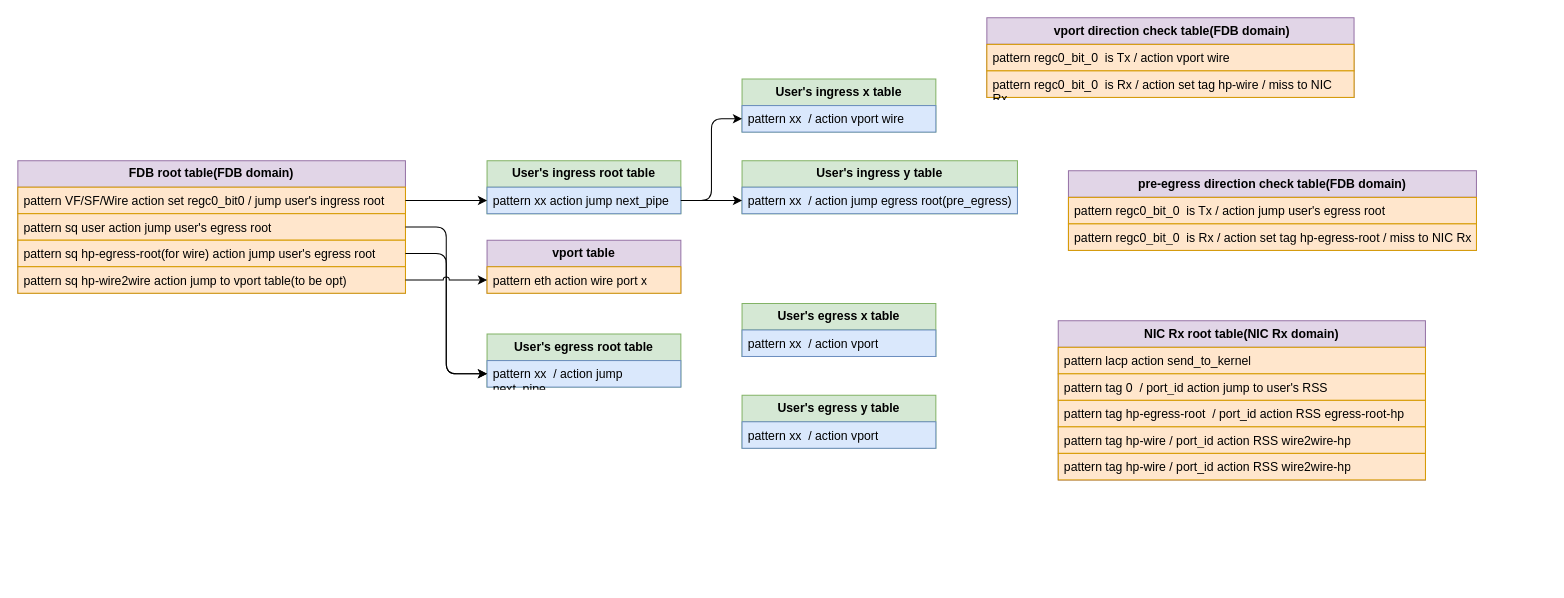
Before: Untitled Diagram.drawio in smou-mlnx/draw, a draw.io diagram. Source tidied: cells renumbered, new cells numbered last; positions are measured from the earlier drawing's top-left corner, leaving out a move shared by most shapes. Both pictures are drawn from the tidied source at 102%, with x=0, y=0 at pixel (17, 17).
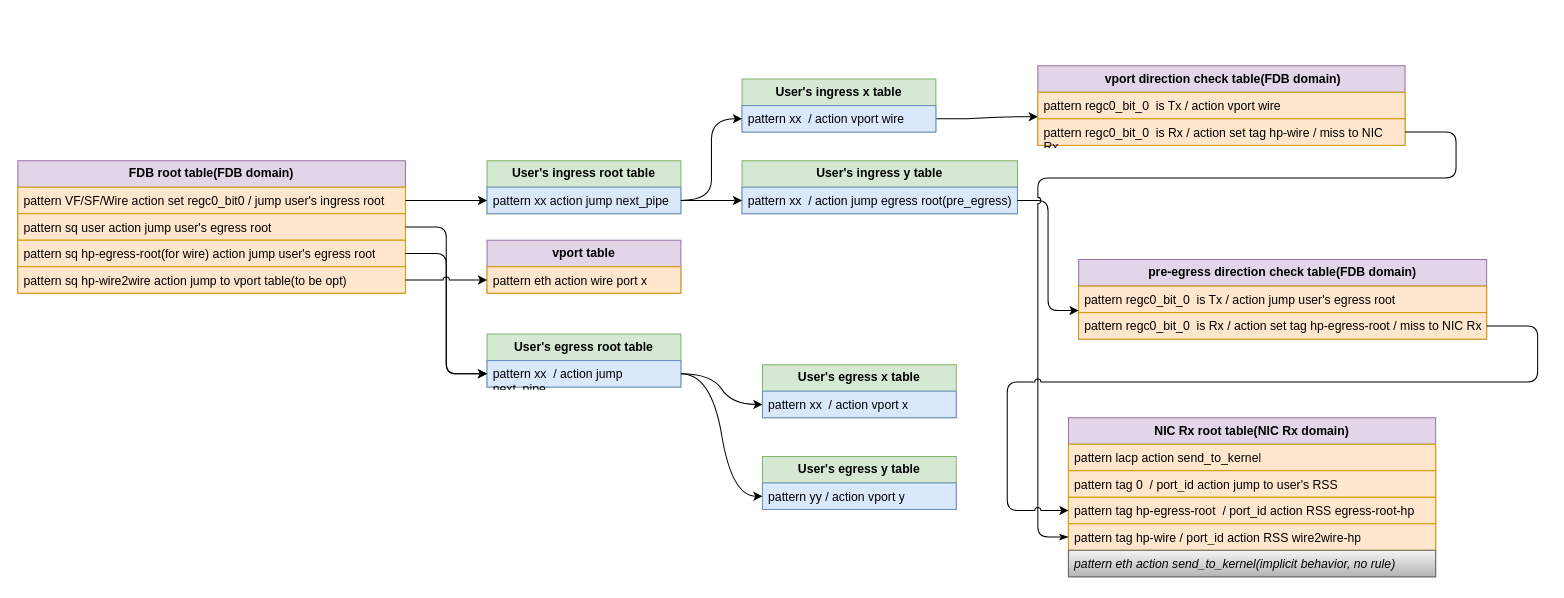
After the change.

Commit message:
switch mode

The change refers to these unchanged cells:
```xml
<mxCell id="8" value="pattern xx action jump next_pipe" style="text;strokeColor=#6c8ebf;fillColor=#dae8fc;align=left;verticalAlign=top;spacingLeft=4;spacingRight=4;overflow=hidden;points=[[0,0.5],[1,0.5]];portConstraint=eastwest;whiteSpace=wrap;html=1;" parent="7" vertex="1">
  <mxGeometry y="26" width="190" height="26" as="geometry" />
</mxCell>
<mxCell id="9" value="&lt;b&gt;User's egress root table&lt;br&gt;&lt;/b&gt;" style="swimlane;fontStyle=0;horizontal=1;startSize=26;whiteSpace=wrap;html=1;fillColor=#d5e8d4;strokeColor=#82b366;" parent="1" vertex="1">
  <mxGeometry x="460" y="310" width="190" height="52" as="geometry" />
</mxCell>
<mxCell id="10" value="pattern xx&amp;nbsp; / action jump next_pipe" style="text;strokeColor=#6c8ebf;fillColor=#dae8fc;align=left;verticalAlign=top;spacingLeft=4;spacingRight=4;overflow=hidden;points=[[0,0.5],[1,0.5]];portConstraint=eastwest;whiteSpace=wrap;html=1;" parent="9" vertex="1">
  <mxGeometry y="26" width="190" height="26" as="geometry" />
</mxCell>
<mxCell id="19" value="&lt;b&gt;User's ingress x table&lt;br&gt;&lt;/b&gt;" style="swimlane;fontStyle=0;horizontal=1;startSize=26;whiteSpace=wrap;html=1;fillColor=#d5e8d4;strokeColor=#82b366;" parent="1" vertex="1">
  <mxGeometry x="710" y="60" width="190" height="52" as="geometry" />
</mxCell>
<mxCell id="22" value="pattern xx&amp;nbsp; / action jump egress root(pre_egress)" style="text;strokeColor=#6c8ebf;fillColor=#dae8fc;align=left;verticalAlign=top;spacingLeft=4;spacingRight=4;overflow=hidden;points=[[0,0.5],[1,0.5]];portConstraint=eastwest;whiteSpace=wrap;html=1;" parent="21" vertex="1">
  <mxGeometry y="26" width="270" height="26" as="geometry" />
</mxCell>
<mxCell id="26" value="pattern regc0_bit_0&amp;nbsp; is Tx / action vport wire" style="text;strokeColor=#d79b00;fillColor=#ffe6cc;align=left;verticalAlign=top;spacingLeft=4;spacingRight=4;overflow=hidden;points=[[0,0.5],[1,0.5]];portConstraint=eastwest;whiteSpace=wrap;html=1;" parent="25" vertex="1">
  <mxGeometry y="26" width="360" height="26" as="geometry" />
</mxCell>
<mxCell id="27" value="pattern regc0_bit_0&amp;nbsp; is Rx / action set tag hp-wire / miss to NIC Rx" style="text;strokeColor=#d79b00;fillColor=#ffe6cc;align=left;verticalAlign=top;spacingLeft=4;spacingRight=4;overflow=hidden;points=[[0,0.5],[1,0.5]];portConstraint=eastwest;whiteSpace=wrap;html=1;" parent="25" vertex="1">
  <mxGeometry y="52" width="360" height="26" as="geometry" />
</mxCell>
<mxCell id="32" value="pattern regc0_bit_0&amp;nbsp; is Rx / action set tag hp-egress-root / miss to NIC Rx" style="text;strokeColor=#d79b00;fillColor=#ffe6cc;align=left;verticalAlign=top;spacingLeft=4;spacingRight=4;overflow=hidden;points=[[0,0.5],[1,0.5]];portConstraint=eastwest;whiteSpace=wrap;html=1;" parent="30" vertex="1">
  <mxGeometry y="52" width="400" height="26" as="geometry" />
</mxCell>
<mxCell id="36" value="pattern tag hp-egress-root&amp;nbsp; / port_id action RSS egress-root-hp" style="text;strokeColor=#d79b00;fillColor=#ffe6cc;align=left;verticalAlign=top;spacingLeft=4;spacingRight=4;overflow=hidden;points=[[0,0.5],[1,0.5]];portConstraint=eastwest;whiteSpace=wrap;html=1;" parent="33" vertex="1">
  <mxGeometry y="78" width="360" height="26" as="geometry" />
</mxCell>
```

The edit, as a diff of the source:
```diff
@@
+    <mxCell id="39" style="edgeStyle=entityRelationEdgeStyle;rounded=0;jettySize=auto;html=1;exitX=1;exitY=0.75;exitDx=0;exitDy=0;entryX=0;entryY=0.75;entryDx=0;entryDy=0;elbow=vertical;curved=1;" parent="1" edge="1" source="9" target="17">
+      <mxGeometry relative="1" as="geometry" />
+    </mxCell>
@@
     <mxCell id="17" value="&lt;b&gt;User's egress x table&lt;br&gt;&lt;/b&gt;" style="swimlane;fontStyle=0;horizontal=1;startSize=26;whiteSpace=wrap;html=1;fillColor=#d5e8d4;strokeColor=#82b366;" parent="1" vertex="1">
-      <mxGeometry x="710" y="280" width="190" height="52" as="geometry" />
+      <mxGeometry x="730" y="340" width="190" height="52" as="geometry" />
     </mxCell>
-    <mxCell id="18" value="pattern xx&amp;nbsp; / action vport" style="text;strokeColor=#6c8ebf;fillColor=#dae8fc;align=left;verticalAlign=top;spacingLeft=4;spacingRight=4;overflow=hidden;whiteSpace=wrap;html=1;" parent="17" vertex="1">
+    <mxCell id="18" value="pattern xx&amp;nbsp; / action vport x" style="text;strokeColor=#6c8ebf;fillColor=#dae8fc;align=left;verticalAlign=top;spacingLeft=4;spacingRight=4;overflow=hidden;whiteSpace=wrap;html=1;" parent="17" vertex="1">
       <mxGeometry y="26" width="190" height="26" as="geometry" />
     </mxCell>
+    <mxCell id="40" style="edgeStyle=entityRelationEdgeStyle;rounded=1;jettySize=auto;html=1;exitX=1;exitY=0.75;exitDx=0;exitDy=0;elbow=vertical;entryX=0;entryY=0.923;entryDx=0;entryDy=0;entryPerimeter=0;curved=0;" parent="1" edge="1" source="19" target="26">
+      <mxGeometry relative="1" as="geometry">
+        <Array as="points">
+          <mxPoint x="950" y="60" />
+        </Array>
+      </mxGeometry>
+    </mxCell>
@@
-    <mxCell id="24" style="edgeStyle=entityRelationEdgeStyle;rounded=1;jettySize=auto;html=1;entryX=0;entryY=0.75;entryDx=0;entryDy=0;elbow=vertical;curved=0;" parent="1" edge="1" source="8" target="19">
+    <mxCell id="24" style="edgeStyle=entityRelationEdgeStyle;rounded=0;jettySize=auto;html=1;entryX=0;entryY=0.75;entryDx=0;entryDy=0;elbow=vertical;curved=1;" parent="1" edge="1" source="8" target="19">
       <mxGeometry relative="1" as="geometry">
         <Array as="points">
           <mxPoint x="740" y="130" />
         </Array>
       </mxGeometry>
     </mxCell>
     <mxCell id="25" value="&lt;b&gt;&amp;nbsp;vport direction check table(FDB domain)&lt;br&gt;&lt;/b&gt;" style="swimlane;fontStyle=0;horizontal=1;startSize=26;whiteSpace=wrap;html=1;fillColor=#e1d5e7;strokeColor=#9673a6;" parent="1" vertex="1">
-      <mxGeometry x="950" width="360" height="78" as="geometry" />
+      <mxGeometry x="1000" y="47" width="360" height="78" as="geometry" />
     </mxCell>
@@
     <mxCell id="28" value="&lt;b&gt;User's egress y table&lt;br&gt;&lt;/b&gt;" style="swimlane;fontStyle=0;horizontal=1;startSize=26;whiteSpace=wrap;html=1;fillColor=#d5e8d4;strokeColor=#82b366;" parent="1" vertex="1">
-      <mxGeometry x="710" y="370" width="190" height="52" as="geometry" />
+      <mxGeometry x="730" y="430" width="190" height="52" as="geometry" />
     </mxCell>
-    <mxCell id="29" value="pattern xx&amp;nbsp; / action vport" style="text;strokeColor=#6c8ebf;fillColor=#dae8fc;align=left;verticalAlign=top;spacingLeft=4;spacingRight=4;overflow=hidden;whiteSpace=wrap;html=1;" parent="28" vertex="1">
+    <mxCell id="29" value="pattern yy / action vport y" style="text;strokeColor=#6c8ebf;fillColor=#dae8fc;align=left;verticalAlign=top;spacingLeft=4;spacingRight=4;overflow=hidden;whiteSpace=wrap;html=1;" parent="28" vertex="1">
       <mxGeometry y="26" width="190" height="26" as="geometry" />
     </mxCell>
     <mxCell id="30" value="&lt;b&gt;pre-egress direction check table(FDB domain)&lt;br&gt;&lt;/b&gt;" style="swimlane;fontStyle=0;horizontal=1;startSize=26;whiteSpace=wrap;html=1;fillColor=#e1d5e7;strokeColor=#9673a6;" parent="1" vertex="1">
-      <mxGeometry x="1030" y="150" width="400" height="78" as="geometry" />
+      <mxGeometry x="1040" y="237" width="400" height="78" as="geometry" />
     </mxCell>
@@
     <mxCell id="33" value="&lt;b&gt;NIC Rx root table(NIC Rx domain)&lt;br&gt;&lt;/b&gt;" style="swimlane;fontStyle=0;horizontal=1;startSize=26;whiteSpace=wrap;html=1;fillColor=#e1d5e7;strokeColor=#9673a6;" parent="1" vertex="1">
-      <mxGeometry x="1020" y="297" width="360" height="156" as="geometry" />
+      <mxGeometry x="1030" y="392" width="360" height="156" as="geometry" />
     </mxCell>
@@
-    <mxCell id="38" value="pattern tag hp-wire / port_id action RSS wire2wire-hp" style="text;strokeColor=#d79b00;fillColor=#ffe6cc;align=left;verticalAlign=top;spacingLeft=4;spacingRight=4;overflow=hidden;whiteSpace=wrap;html=1;" parent="33" vertex="1">
+    <mxCell id="38" value="&lt;i&gt;pattern eth action send_to_kernel(implicit behavior, no rule)&lt;/i&gt;" style="text;strokeColor=#666666;fillColor=#f5f5f5;align=left;verticalAlign=top;spacingLeft=4;spacingRight=4;overflow=hidden;whiteSpace=wrap;html=1;gradientColor=#b3b3b3;" parent="33" vertex="1">
       <mxGeometry y="130" width="360" height="26" as="geometry" />
     </mxCell>
+    <mxCell id="41" style="edgeStyle=entityRelationEdgeStyle;rounded=1;jettySize=auto;html=1;elbow=vertical;curved=0;" parent="1" edge="1" source="22">
+      <mxGeometry relative="1" as="geometry">
+        <mxPoint x="1040" y="287" as="targetPoint" />
+      </mxGeometry>
+    </mxCell>
+    <mxCell id="42" style="endArrow=classicThin;html=1;rounded=1;elbow=vertical;exitX=1;exitY=0.5;exitDx=0;exitDy=0;entryX=0;entryY=0.75;entryDx=0;entryDy=0;jumpStyle=arc;curved=0;endFill=1;" parent="1" edge="1" source="27" target="33">
+      <mxGeometry relative="1" as="geometry">
+        <Array as="points">
+          <mxPoint x="1410" y="112" />
+          <mxPoint x="1410" y="157" />
+          <mxPoint x="1000" y="157" />
+          <mxPoint x="1000" y="509" />
+        </Array>
+      </mxGeometry>
+    </mxCell>
+    <mxCell id="43" style="edgeStyle=entityRelationEdgeStyle;rounded=0;jettySize=auto;html=1;entryX=0;entryY=0.75;entryDx=0;entryDy=0;elbow=vertical;curved=1;" parent="1" edge="1" source="10" target="28">
+      <mxGeometry relative="1" as="geometry">
+        <Array as="points">
+          <mxPoint x="670" y="407" />
+        </Array>
+      </mxGeometry>
+    </mxCell>
+    <mxCell id="44" style="endArrow=none;html=1;rounded=1;elbow=vertical;entryX=1;entryY=0.5;entryDx=0;entryDy=0;exitX=0;exitY=0.5;exitDx=0;exitDy=0;jumpStyle=arc;endFill=0;curved=0;startArrow=classic;startFill=1;" parent="1" edge="1" source="36" target="32">
+      <mxGeometry relative="1" as="geometry">
+        <Array as="points">
+          <mxPoint x="970" y="483" />
+          <mxPoint x="970" y="357" />
+          <mxPoint x="1490" y="357" />
+          <mxPoint x="1490" y="302" />
+        </Array>
+      </mxGeometry>
+    </mxCell>
```
